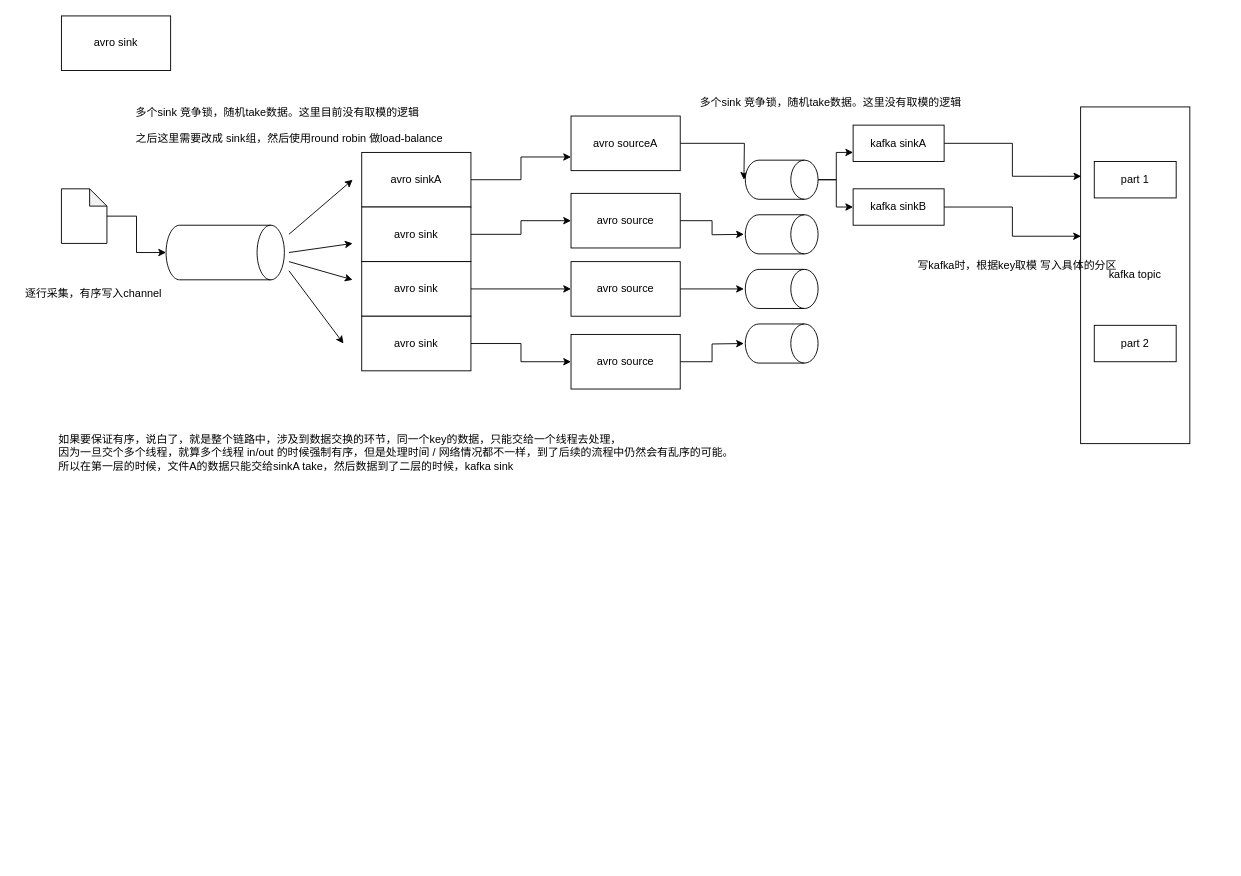
Earlier version of the draw.io diagram flume保证数据顺序.drawio (ITzhangqiang/Drawing). Source tidied: cells renumbered, new cells numbered last; positions are measured from the earlier drawing's top-left corner, leaving out a move shared by most shapes. Both pictures are drawn from the tidied source at 91%, with x=0, y=0 at pixel (15, 15).
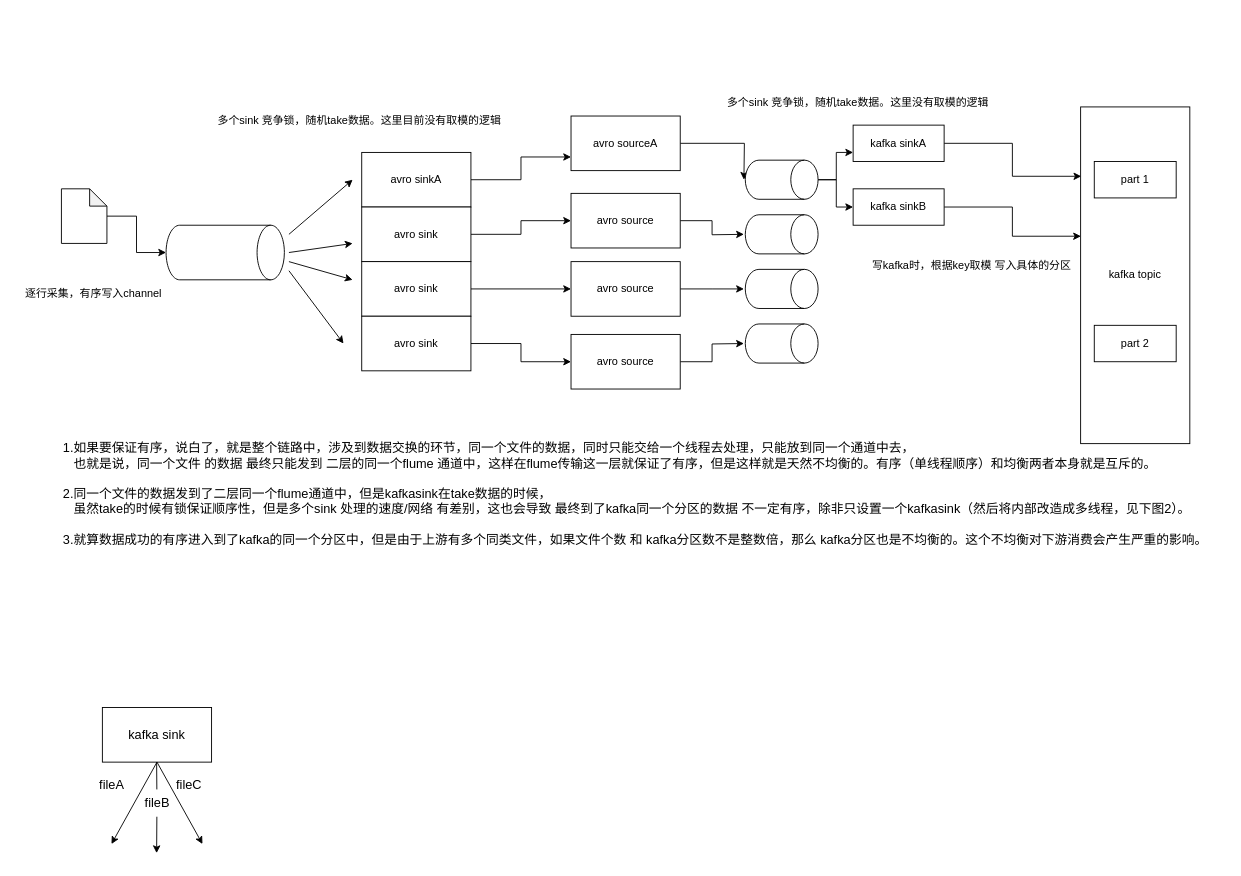
Above is the later version.

Commit message:
更新flume保证数据顺序.drawio

The edit, as a diff of the source:
```diff
@@
-    <mxCell id="7" value="avro sink" style="rounded=0;whiteSpace=wrap;html=1;" parent="1" vertex="1">
-      <mxGeometry x="50" width="120" height="60" as="geometry" />
-    </mxCell>
@@
-    <mxCell id="39" value="多个sink 竞争锁，随机take数据。这里目前没有取模的逻辑&lt;br&gt;&lt;br&gt;之后这里需要改成 sink组，然后使用round robin 做load-balance" style="text;html=1;align=left;verticalAlign=middle;strokeColor=none;fillColor=none;" parent="1" vertex="1">
-      <mxGeometry x="130" y="90" width="360" height="60" as="geometry" />
+    <mxCell id="39" value="多个sink 竞争锁，随机take数据。这里目前没有取模的逻辑" style="text;html=1;align=left;verticalAlign=middle;strokeColor=none;fillColor=none;" parent="1" vertex="1">
+      <mxGeometry x="220" y="100" width="330" height="30" as="geometry" />
     </mxCell>
     <mxCell id="40" value="多个sink 竞争锁，随机take数据。这里没有取模的逻辑" style="text;html=1;align=center;verticalAlign=middle;strokeColor=none;fillColor=none;" parent="1" vertex="1">
-      <mxGeometry x="740" y="80" width="310" height="30" as="geometry" />
+      <mxGeometry x="770" y="80" width="310" height="30" as="geometry" />
     </mxCell>
     <mxCell id="41" value="写kafka时，根据key取模 写入具体的分区" style="text;html=1;align=center;verticalAlign=middle;strokeColor=none;fillColor=none;" parent="1" vertex="1">
-      <mxGeometry x="980" y="260" width="240" height="30" as="geometry" />
+      <mxGeometry x="930" y="260" width="240" height="30" as="geometry" />
     </mxCell>
@@
-    <mxCell id="43" value="如果要保证有序，说白了，就是整个链路中，涉及到数据交换的环节，同一个key的数据，只能交给一个线程去处理，&lt;br&gt;因为一旦交个多个线程，就算多个线程 in/out 的时候强制有序，但是处理时间 / 网络情况都不一样，到了后续的流程中仍然会有乱序的可能。&lt;br&gt;所以在第一层的时候，文件A的数据只能交给sinkA take，然后数据到了二层的时候，kafka sink" style="text;html=1;align=left;verticalAlign=middle;strokeColor=none;fillColor=none;" parent="1" vertex="1">
-      <mxGeometry x="45" y="450" width="760" height="60" as="geometry" />
+    <mxCell id="43" value="&lt;font style=&quot;font-size: 14px;&quot;&gt;1.如果要保证有序，说白了，就是整个链路中，涉及到数据交换的环节，同一个文件的数据，同时只能交给一个线程去处理，只能放到同一个通道中去，&lt;br style=&quot;font-size: 14px;&quot;&gt;&amp;nbsp; &amp;nbsp;也就是说，同一个文件 的数据 最终只能发到 二层的同一个flume 通道中，这样在flume传输这一层就保证了有序，但是这样就是天然不均衡的。有序（单线程顺序）和均衡两者本身就是互斥的。&lt;br style=&quot;font-size: 14px;&quot;&gt;&lt;br&gt;2.同一个文件的数据发到了二层同一个flume通道中，但是kafkasink在take数据的时候，&lt;br style=&quot;font-size: 14px;&quot;&gt;&amp;nbsp; &amp;nbsp;虽然take的时候有锁保证顺序性，但是多个sink 处理的速度/网络 有差别，这也会导致 最终到了kafka同一个分区的数据 不一定有序，除非只设置一个kafkasink（然后将内部改造成多线程，见下图2）。&lt;br style=&quot;font-size: 14px;&quot;&gt;&lt;br&gt;3.就算数据成功的有序进入到了kafka的同一个分区中，但是由于上游有多个同类文件，如果文件个数 和 kafka分区数不是整数倍，那么 kafka分区也是不均衡的。这个不均衡对下游消费会产生严重的影响。&lt;br style=&quot;font-size: 14px;&quot;&gt;&lt;/font&gt;" style="text;html=1;align=left;verticalAlign=middle;strokeColor=none;fillColor=none;spacing=2;spacingBottom=0;fontFamily=Helvetica;fontSize=14;" parent="1" vertex="1">
+      <mxGeometry x="50" y="460" width="1280" height="130" as="geometry" />
     </mxCell>
+    <mxCell id="44" value="kafka sink" style="rounded=0;whiteSpace=wrap;html=1;fontFamily=Helvetica;fontSize=14;" parent="1" vertex="1">
+      <mxGeometry x="95" y="760" width="120" height="60" as="geometry" />
+    </mxCell>
+    <mxCell id="45" style="endArrow=classic;html=1;rounded=0;fontFamily=Helvetica;fontSize=14;startArrow=none;" parent="1" edge="1" source="51">
+      <mxGeometry relative="1" as="geometry">
+        <mxPoint x="154.6" y="920" as="targetPoint" />
+      </mxGeometry>
+    </mxCell>
+    <mxCell id="46" style="endArrow=classic;html=1;rounded=0;fontFamily=Helvetica;fontSize=14;" parent="1" edge="1">
+      <mxGeometry relative="1" as="geometry">
+        <mxPoint x="155" y="820" as="sourcePoint" />
+        <mxPoint x="105" y="910" as="targetPoint" />
+      </mxGeometry>
+    </mxCell>
+    <mxCell id="47" style="endArrow=classic;html=1;rounded=0;fontFamily=Helvetica;fontSize=14;" parent="1" edge="1">
+      <mxGeometry relative="1" as="geometry">
+        <mxPoint x="155" y="820" as="sourcePoint" />
+        <mxPoint x="205" y="910" as="targetPoint" />
+      </mxGeometry>
+    </mxCell>
+    <mxCell id="48" value="fileA" style="text;html=1;align=center;verticalAlign=middle;strokeColor=none;fillColor=none;fontSize=14;fontFamily=Helvetica;" parent="1" vertex="1">
+      <mxGeometry x="80" y="830" width="50" height="30" as="geometry" />
+    </mxCell>
+    <mxCell id="49" value="fileC" style="text;html=1;align=center;verticalAlign=middle;strokeColor=none;fillColor=none;fontSize=14;fontFamily=Helvetica;" parent="1" vertex="1">
+      <mxGeometry x="165" y="830" width="50" height="30" as="geometry" />
+    </mxCell>
+    <mxCell id="50" style="endArrow=none;html=1;rounded=0;fontFamily=Helvetica;fontSize=14;" parent="1" edge="1" target="51">
+      <mxGeometry relative="1" as="geometry">
+        <mxPoint x="154.6" y="820" as="sourcePoint" />
+      </mxGeometry>
+    </mxCell>
+    <mxCell id="51" value="fileB" style="text;html=1;align=center;verticalAlign=middle;points=[];strokeColor=none;fillColor=none;fontSize=14;fontFamily=Helvetica;" parent="1" vertex="1">
+      <mxGeometry x="130" y="850" width="50" height="30" as="geometry" />
+    </mxCell>
```
